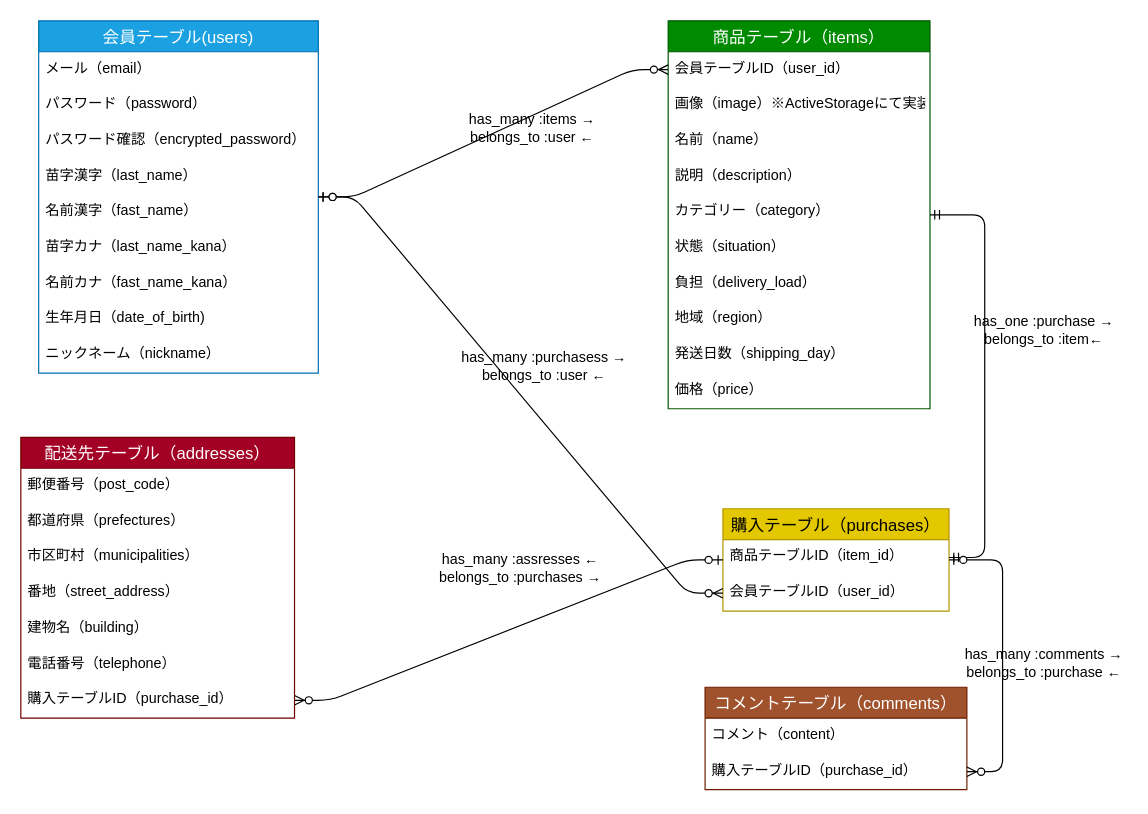
The draw.io diagram furima.dio in soushi0126/furima-39772, before the edit. Source tidied: cells renumbered, new cells numbered last; positions are measured from the earlier drawing's top-left corner, leaving out a move shared by most shapes. Both pictures are drawn from the tidied source at 119%, with x=0, y=0 at pixel (20, 20).
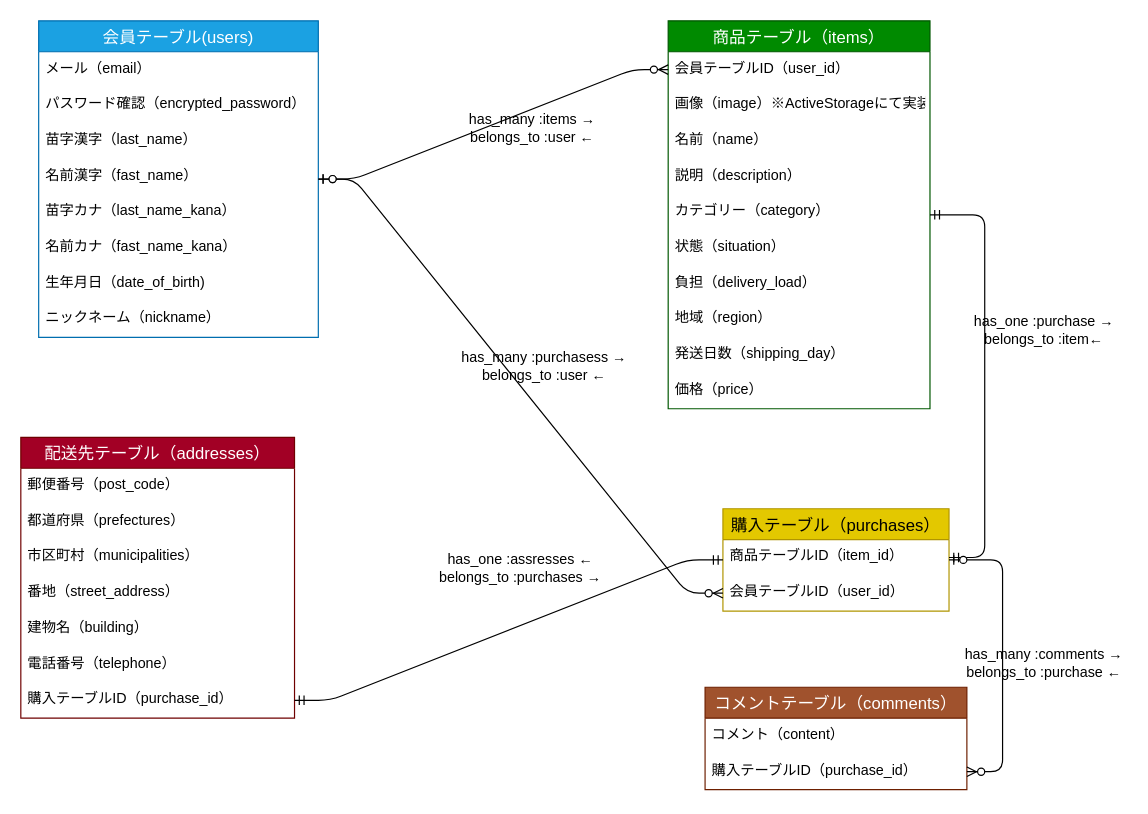
Above is the later version.

Commit message (it also covers changes not shown here):
データベース設計修正

Unchanged cells that the change refers to:
```xml
<mxCell id="23" value="購入テーブル（purchases）" style="swimlane;fontStyle=0;horizontal=1;startSize=26;align=center;fontSize=14;fillColor=#e3c800;fontColor=#000000;strokeColor=#B09500;" parent="1" vertex="1">
  <mxGeometry x="590" y="410" width="190" height="86" as="geometry" />
</mxCell>
<mxCell id="36" value="購入テーブルID（purchase_id）" style="text;strokeColor=none;fillColor=none;spacingLeft=4;spacingRight=4;overflow=hidden;points=[[0,0.5],[1,0.5]];portConstraint=eastwest;fontSize=12;" parent="29" vertex="1">
  <mxGeometry y="206" width="230" height="30" as="geometry" />
</mxCell>
```

What changed in the source:
```diff
@@
     <mxCell id="2" value="会員テーブル(users)" style="swimlane;fontStyle=0;horizontal=1;startSize=26;align=center;fontSize=14;strokeColor=#006EAF;fillColor=#1ba1e2;fontColor=#ffffff;" parent="1" vertex="1">
-      <mxGeometry x="15" width="235" height="296" as="geometry" />
+      <mxGeometry x="15" width="235" height="266" as="geometry" />
     </mxCell>
@@
-    <mxCell id="4" value="パスワード（password）" style="text;strokeColor=none;fillColor=none;spacingLeft=4;spacingRight=4;overflow=hidden;fontSize=12;" parent="2" vertex="1">
-      <mxGeometry y="56" width="235" height="30" as="geometry" />
-    </mxCell>
     <mxCell id="5" value="パスワード確認（encrypted_password）" style="text;strokeColor=none;fillColor=none;spacingLeft=4;spacingRight=4;overflow=hidden;fontSize=12;" parent="2" vertex="1">
-      <mxGeometry y="86" width="235" height="30" as="geometry" />
+      <mxGeometry y="56" width="235" height="30" as="geometry" />
     </mxCell>
     <mxCell id="6" value="苗字漢字（last_name）" style="text;strokeColor=none;fillColor=none;spacingLeft=4;spacingRight=4;overflow=hidden;fontSize=12;" parent="2" vertex="1">
-      <mxGeometry y="116" width="235" height="30" as="geometry" />
+      <mxGeometry y="86" width="235" height="30" as="geometry" />
     </mxCell>
     <mxCell id="7" value="名前漢字（fast_name）" style="text;strokeColor=none;fillColor=none;spacingLeft=4;spacingRight=4;overflow=hidden;fontSize=12;" parent="2" vertex="1">
-      <mxGeometry y="146" width="235" height="30" as="geometry" />
+      <mxGeometry y="116" width="235" height="30" as="geometry" />
     </mxCell>
     <mxCell id="8" value="苗字カナ（last_name_kana）" style="text;strokeColor=none;fillColor=none;spacingLeft=4;spacingRight=4;overflow=hidden;fontSize=12;" parent="2" vertex="1">
-      <mxGeometry y="176" width="235" height="30" as="geometry" />
+      <mxGeometry y="146" width="235" height="30" as="geometry" />
     </mxCell>
     <mxCell id="9" value="名前カナ（fast_name_kana）" style="text;strokeColor=none;fillColor=none;spacingLeft=4;spacingRight=4;overflow=hidden;fontSize=12;" parent="2" vertex="1">
-      <mxGeometry y="206" width="235" height="30" as="geometry" />
+      <mxGeometry y="176" width="235" height="30" as="geometry" />
     </mxCell>
     <mxCell id="10" value="生年月日（date_of_birth)" style="text;strokeColor=none;fillColor=none;spacingLeft=4;spacingRight=4;overflow=hidden;fontSize=12;" parent="2" vertex="1">
-      <mxGeometry y="236" width="235" height="30" as="geometry" />
+      <mxGeometry y="206" width="235" height="30" as="geometry" />
     </mxCell>
     <mxCell id="11" value="ニックネーム（nickname）" style="text;strokeColor=none;fillColor=none;spacingLeft=4;spacingRight=4;overflow=hidden;fontSize=12;" parent="2" vertex="1">
-      <mxGeometry y="266" width="235" height="30" as="geometry" />
+      <mxGeometry y="236" width="235" height="30" as="geometry" />
     </mxCell>
@@
-    <mxCell id="41" style="edgeStyle=entityRelationEdgeStyle;fontSize=12;html=1;endArrow=ERzeroToMany;startArrow=ERzeroToOne;" parent="1" edge="1" source="23" target="36">
-      <mxGeometry relative="1" as="geometry" />
-    </mxCell>
@@
-    <mxCell id="45" value="has_many :assresses ←&lt;br&gt;belongs_to :purchases →" style="text;html=1;strokeColor=none;fillColor=none;align=center;verticalAlign=middle;whiteSpace=wrap;rounded=0;" parent="1" vertex="1">
+    <mxCell id="45" value="has_one :assresses ←&lt;br&gt;belongs_to :purchases →" style="text;html=1;strokeColor=none;fillColor=none;align=center;verticalAlign=middle;whiteSpace=wrap;rounded=0;" parent="1" vertex="1">
       <mxGeometry x="350" y="450" width="140" height="20" as="geometry" />
     </mxCell>
@@
+    <mxCell id="47" style="edgeStyle=entityRelationEdgeStyle;fontSize=12;html=1;endArrow=ERmandOne;startArrow=ERmandOne;" parent="1" edge="1" source="36" target="23">
+      <mxGeometry relative="1" as="geometry" />
+    </mxCell>
```
